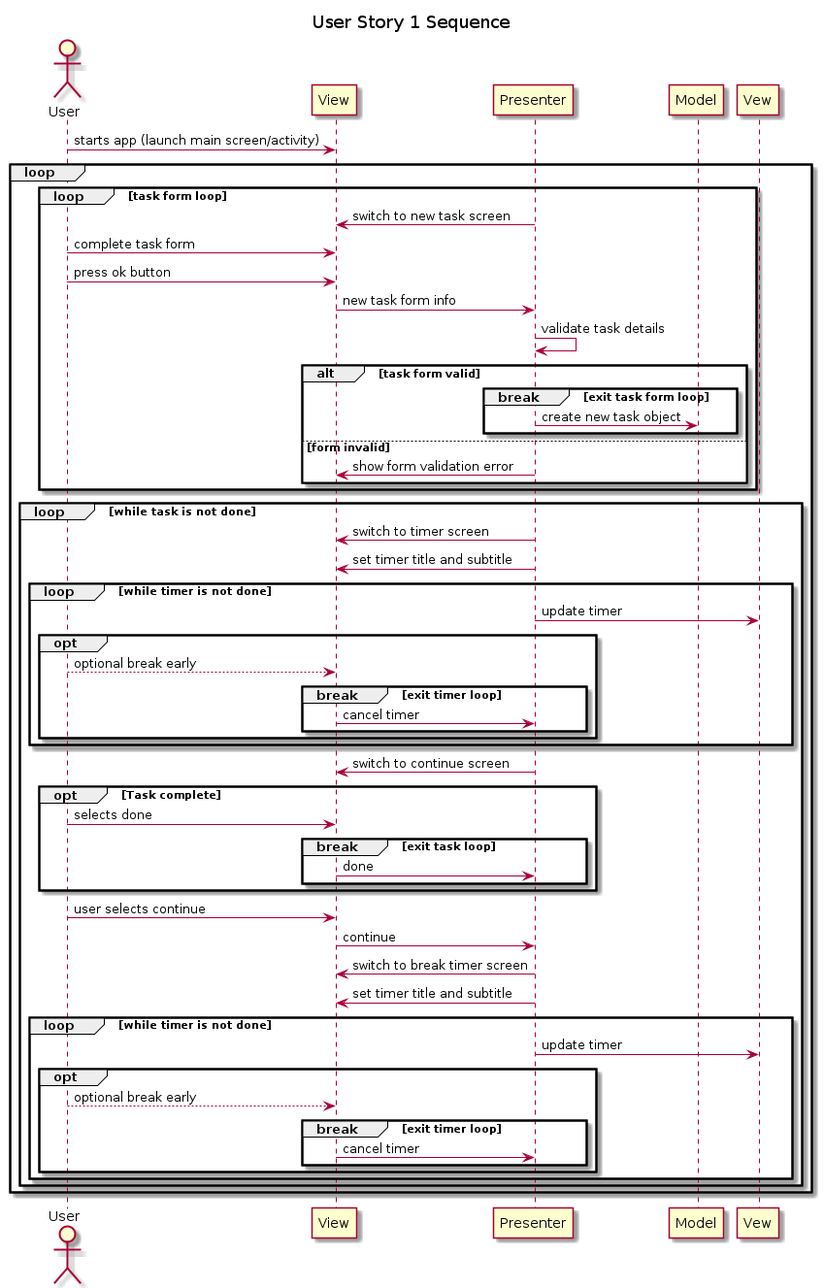
Earlier version of the PlantUML export artifacts/images/sequence-001-diagram.png (carbonXIII/PomodoroApp). Source of this version:
```plantuml
@startuml
title User Story 1 Sequence

actor User
participant View
participant Presenter
participant Model

User->View: starts app (launch main screen/activity)
loop
        loop task form loop
                Presenter->View: switch to new task screen
                User->View: complete task form
                User->View: press ok button
                View->Presenter: new task form info
                Presenter->Presenter: validate task details
                alt task form valid
                        break exit task form loop
                                Presenter->Model: create new task object
                        end
                else form invalid
                        Presenter->View: show form validation error
                end
        end
        loop while task is not done
                Presenter->View: switch to timer screen
                Presenter->View: set timer title and subtitle
                loop while timer is not done
                        Presenter->Vew: update timer
                        opt
                                User-->View: optional break early
                                break exit timer loop
                                        View->Presenter: cancel timer
                                end
                        end
                end

                Presenter->View: switch to continue screen
                opt Task complete
                        User->View: selects done
                        break exit task loop
                                View->Presenter: done
                        end
                end

                User->View: user selects continue
                View->Presenter: continue

                Presenter->View: switch to break timer screen
                Presenter->View: set timer title and subtitle

                loop while timer is not done
                        Presenter->Vew: update timer
                        opt
                                User-->View: optional break early
                                break exit timer loop
                                        View->Presenter: cancel timer
                                end
                        end
                end
        end
end
@enduml
```
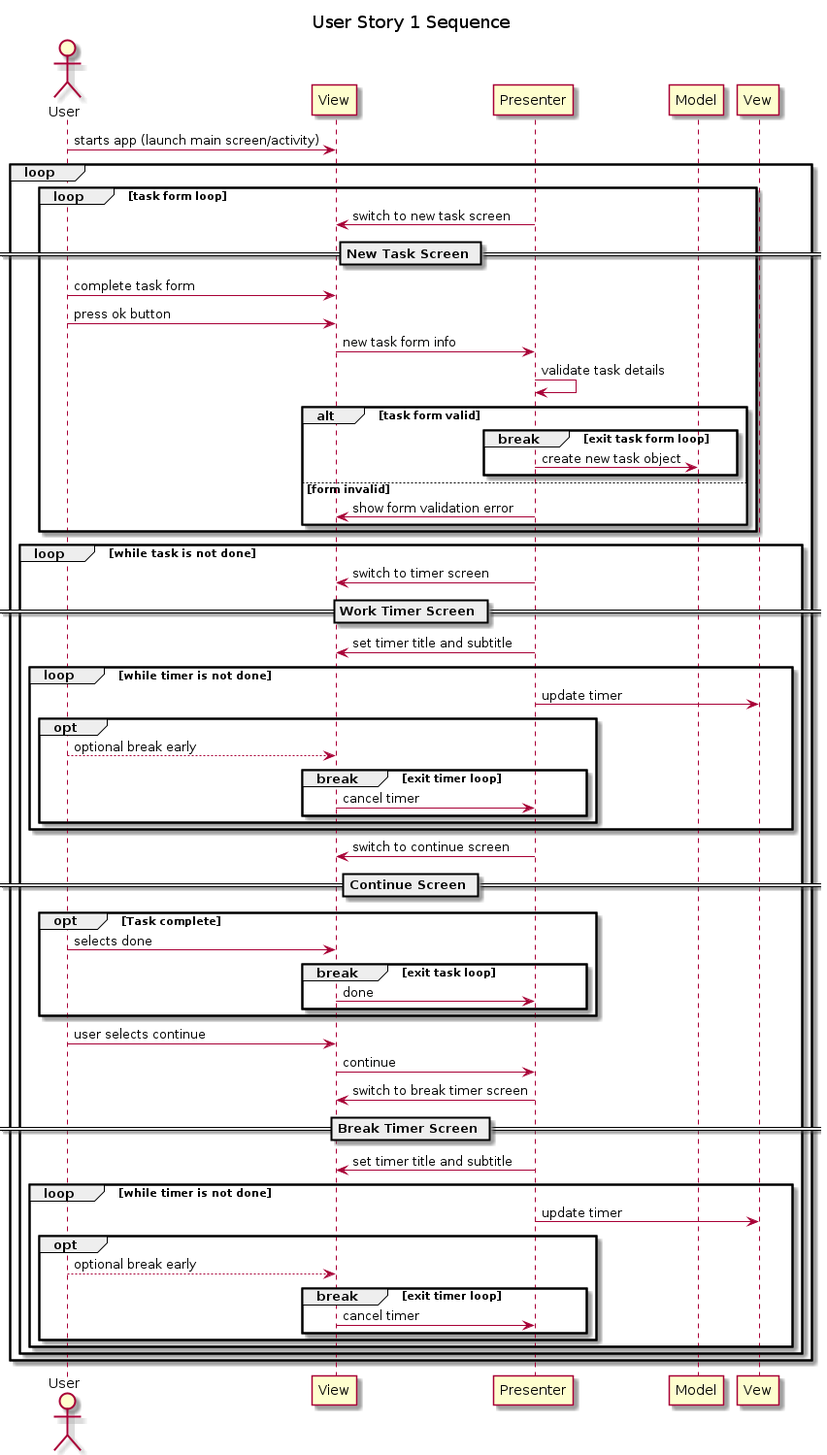
After the change.

Commit message:
Add screens as separators to sequence diagram.

The edit, as a diff of the source:
```diff
@@ -10,6 +10,7 @@
 loop
         loop task form loop
                 Presenter->View: switch to new task screen
+        == New Task Screen ==
                 User->View: complete task form
                 User->View: press ok button
                 View->Presenter: new task form info
@@ -22,8 +23,10 @@
                         Presenter->View: show form validation error
                 end
         end
+
         loop while task is not done
                 Presenter->View: switch to timer screen
+                == Work Timer Screen ==
                 Presenter->View: set timer title and subtitle
                 loop while timer is not done
                         Presenter->Vew: update timer
@@ -36,6 +39,7 @@
                 end
 
                 Presenter->View: switch to continue screen
+                == Continue Screen ==
                 opt Task complete
                         User->View: selects done
                         break exit task loop
@@ -47,6 +51,7 @@
                 View->Presenter: continue
 
                 Presenter->View: switch to break timer screen
+                == Break Timer Screen ==
                 Presenter->View: set timer title and subtitle
 
                 loop while timer is not done
```
